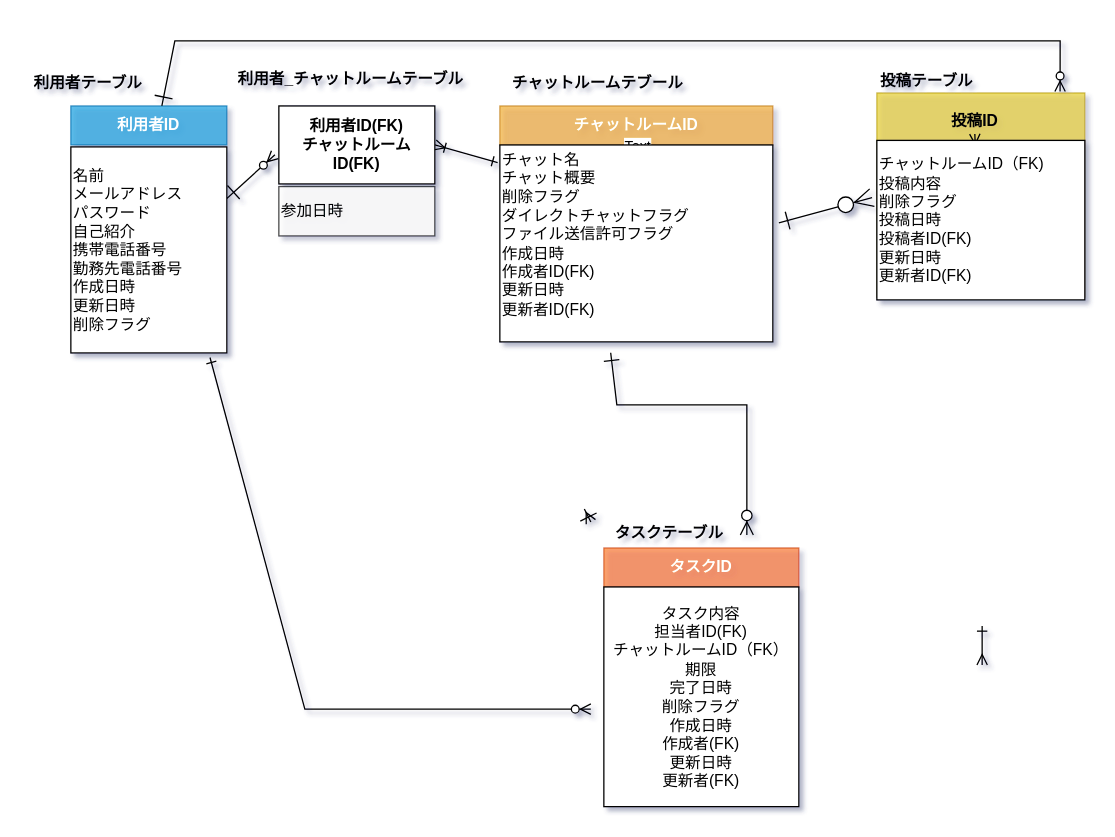
Before: db/db-challenge1/db-challenge1.drawio in Yuina1012/quelcode-db, a draw.io diagram. Source tidied: cells renumbered, new cells numbered last; positions are measured from the earlier drawing's top-left corner, leaving out a move shared by most shapes. Both pictures are drawn from the tidied source at 130%, with x=0, y=0 at pixel (22, 40).
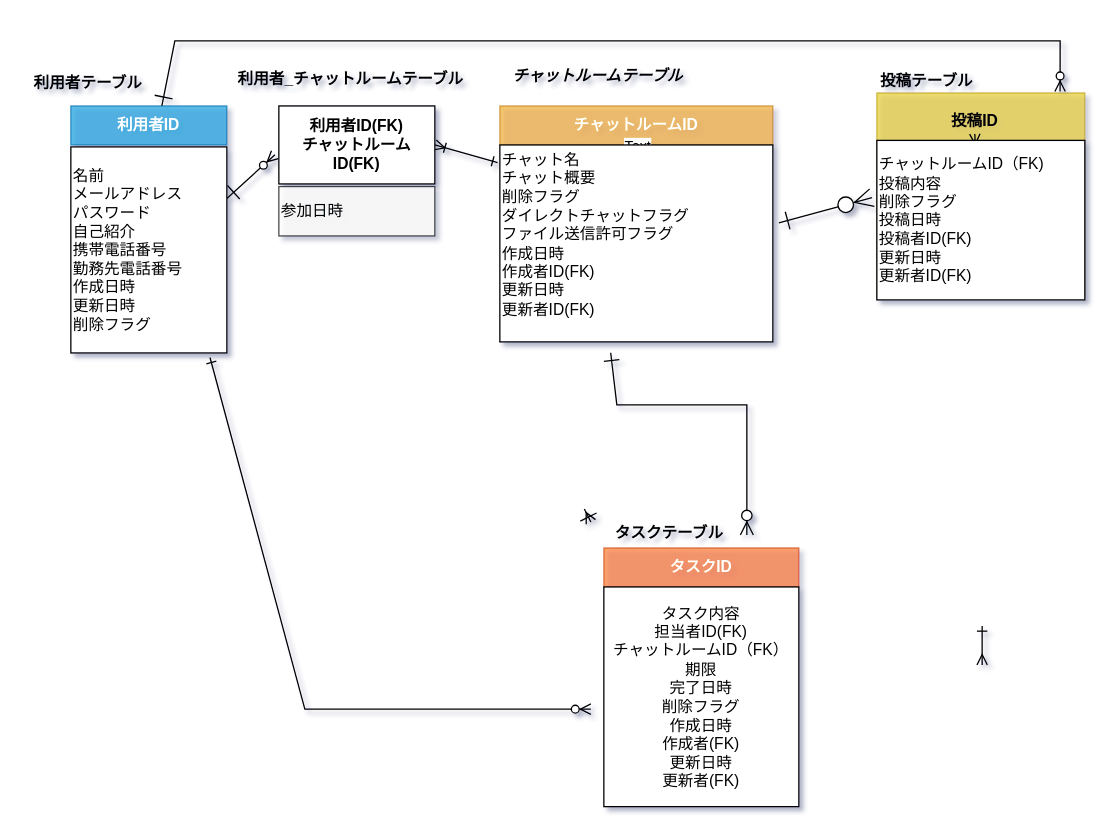
After the change.

Commit message:
ER図誤字修正

Change to the diagram source:
```diff
@@
-    <mxCell id="30" value="&lt;b&gt;チャットルームテブール&lt;/b&gt;" style="text;html=1;align=center;verticalAlign=middle;" parent="1" vertex="1">
-      <mxGeometry x="367" y="23" width="150" height="20" as="geometry" />
-    </mxCell>
@@
+    <mxCell id="33" value="&lt;i&gt;&lt;b&gt;チャットルームテーブル&lt;/b&gt;&lt;/i&gt;" style="text;html=1;align=center;verticalAlign=middle;" parent="1" vertex="1">
+      <mxGeometry x="367" y="17" width="150" height="20" as="geometry" />
+    </mxCell>
```
